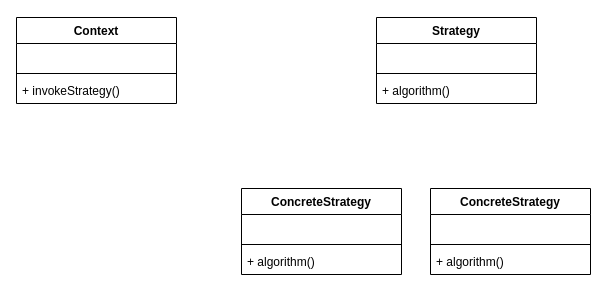
Above: Untitled Diagram.drawio in began-zhao/studydraw (draw.io), before the change. Source tidied: cells renumbered, new cells numbered last; positions are measured from the earlier drawing's top-left corner, leaving out a move shared by most shapes. Both pictures are drawn from the tidied source at 100%, with x=0, y=0 at pixel (16, 17).
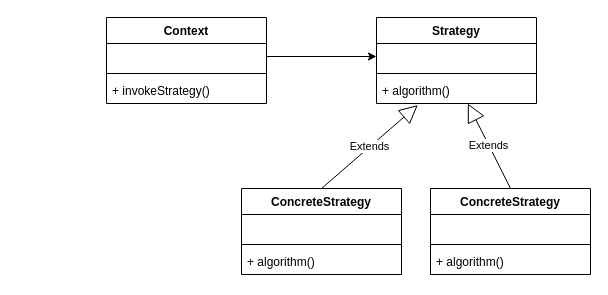
Above is the later version.

Unchanged cells that the change refers to:
```xml
<mxCell id="3" value=" " style="text;strokeColor=none;fillColor=none;align=left;verticalAlign=top;spacingLeft=4;spacingRight=4;overflow=hidden;points=[[0,0.5],[1,0.5]];portConstraint=eastwest;" parent="2" vertex="1">
  <mxGeometry y="26" width="160" height="26" as="geometry" />
</mxCell>
<mxCell id="7" value=" " style="text;strokeColor=none;fillColor=none;align=left;verticalAlign=top;spacingLeft=4;spacingRight=4;overflow=hidden;points=[[0,0.5],[1,0.5]];portConstraint=eastwest;" parent="6" vertex="1">
  <mxGeometry y="26" width="160" height="26" as="geometry" />
</mxCell>
<mxCell id="9" value="+ algorithm()" style="text;strokeColor=none;fillColor=none;align=left;verticalAlign=top;spacingLeft=4;spacingRight=4;overflow=hidden;points=[[0,0.5],[1,0.5]];portConstraint=eastwest;" parent="6" vertex="1">
  <mxGeometry y="60" width="160" height="26" as="geometry" />
</mxCell>
<mxCell id="10" value="ConcreteStrategy" style="swimlane;fontStyle=1;align=center;verticalAlign=top;horizontal=1;startSize=26;" parent="1" vertex="1">
  <mxGeometry x="225" y="171" width="160" height="86" as="geometry" />
</mxCell>
<mxCell id="14" value="ConcreteStrategy" style="swimlane;fontStyle=1;align=center;verticalAlign=top;horizontal=1;startSize=26;" parent="1" vertex="1">
  <mxGeometry x="414" y="171" width="160" height="86" as="geometry" />
</mxCell>
```

The edit, as a diff of the source:
```diff
@@
     <mxCell id="2" value="Context" style="swimlane;fontStyle=1;align=center;verticalAlign=top;horizontal=1;startSize=26;" parent="1" vertex="1">
-      <mxGeometry width="160" height="86" as="geometry" />
+      <mxGeometry x="90" width="160" height="86" as="geometry" />
     </mxCell>
@@
+    <mxCell id="18" value="Extends" style="endArrow=block;endSize=16;endFill=0;html=1;rounded=0;exitX=0.5;exitY=0;exitDx=0;exitDy=0;entryX=0.258;entryY=1.062;entryDx=0;entryDy=0;entryPerimeter=0;" parent="1" edge="1" source="10" target="9">
+      <mxGeometry relative="1" as="geometry" />
+    </mxCell>
+    <mxCell id="19" value="Extends" style="endArrow=block;endSize=16;endFill=0;html=1;rounded=0;exitX=0.5;exitY=0;exitDx=0;exitDy=0;entryX=0.452;entryY=1.031;entryDx=0;entryDy=0;entryPerimeter=0;" parent="1" edge="1" source="14">
+      <mxGeometry relative="1" as="geometry">
+        <mxPoint x="451.3" y="86" as="targetPoint" />
+      </mxGeometry>
+    </mxCell>
+    <mxCell id="20" style="edgeStyle=orthogonalEdgeStyle;rounded=0;jettySize=auto;html=1;exitX=1;exitY=0.5;exitDx=0;exitDy=0;entryX=0;entryY=0.5;entryDx=0;entryDy=0;" parent="1" edge="1" source="3" target="7">
+      <mxGeometry relative="1" as="geometry" />
+    </mxCell>
```
